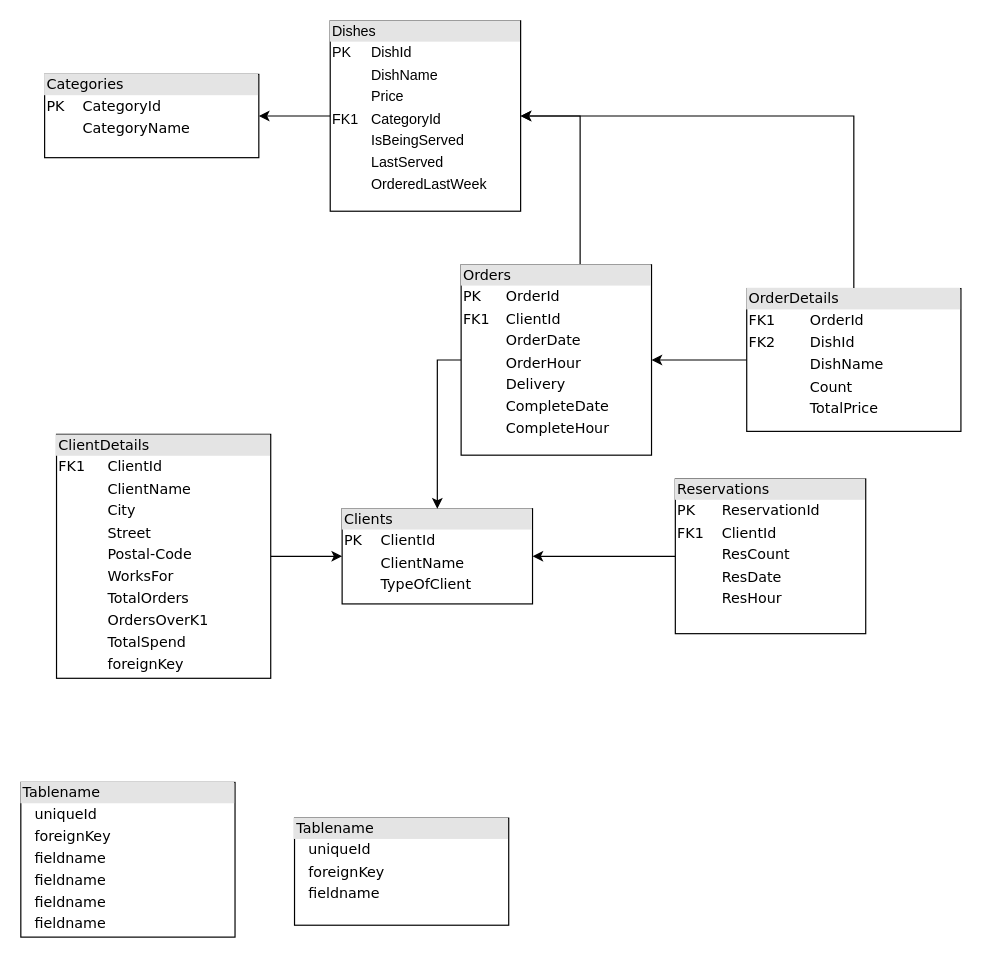
Earlier version of the draw.io diagram DataBaseSchema.drawio (mczajor/DataBases). Source tidied: cells renumbered, new cells numbered last; positions are measured from the earlier drawing's top-left corner, leaving out a move shared by most shapes. Both pictures are drawn from the tidied source at 119%, with x=0, y=0 at pixel (20, 20).
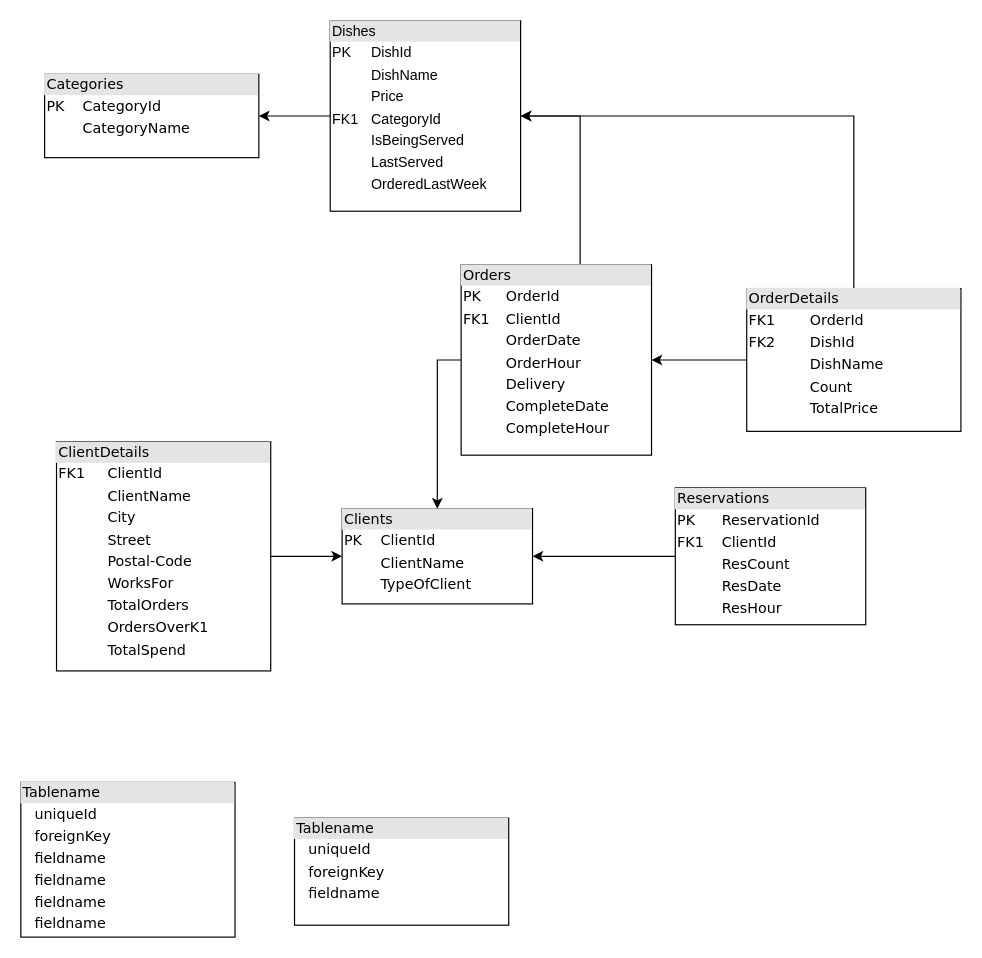
After the change.

Change to the diagram source:
```diff
@@
     <mxCell id="3" value="&lt;div style=&quot;box-sizing: border-box ; width: 100% ; background: #e4e4e4 ; padding: 2px&quot;&gt;Reservations&lt;br&gt;&lt;/div&gt;&lt;table style=&quot;width: 100% ; font-size: 1em&quot; cellspacing=&quot;0&quot; cellpadding=&quot;2&quot;&gt;&lt;tbody&gt;&lt;tr&gt;&lt;td&gt;PK&lt;br&gt;&lt;/td&gt;&lt;td&gt;ReservationId&lt;br&gt;&lt;/td&gt;&lt;/tr&gt;&lt;tr&gt;&lt;td&gt;FK1&lt;br&gt;&lt;/td&gt;&lt;td&gt;ClientId&lt;br&gt;&lt;/td&gt;&lt;/tr&gt;&lt;tr&gt;&lt;td&gt;&lt;/td&gt;&lt;td&gt;ResCount&lt;br&gt;&lt;/td&gt;&lt;/tr&gt;&lt;tr&gt;&lt;td&gt;&lt;br&gt;&lt;/td&gt;&lt;td&gt;ResDate&lt;br&gt;&lt;/td&gt;&lt;/tr&gt;&lt;tr&gt;&lt;td&gt;&lt;br&gt;&lt;/td&gt;&lt;td&gt;ResHour&lt;br&gt;&lt;/td&gt;&lt;/tr&gt;&lt;/tbody&gt;&lt;/table&gt;" style="verticalAlign=top;align=left;overflow=fill;html=1;rounded=0;shadow=0;comic=0;labelBackgroundColor=none;strokeWidth=1;fontFamily=Verdana;fontSize=12;" parent="1" vertex="1">
-      <mxGeometry x="550" y="385" width="160" height="130" as="geometry" />
+      <mxGeometry x="550" y="392.5" width="160" height="115" as="geometry" />
     </mxCell>
@@
-    <mxCell id="6" value="&lt;div style=&quot;box-sizing: border-box ; width: 100% ; background: #e4e4e4 ; padding: 2px&quot;&gt;ClientDetails&lt;/div&gt;&lt;table style=&quot;width: 100% ; font-size: 1em&quot; cellspacing=&quot;0&quot; cellpadding=&quot;2&quot;&gt;&lt;tbody&gt;&lt;tr&gt;&lt;td&gt;FK1&lt;br&gt;&lt;/td&gt;&lt;td&gt;ClientId&lt;/td&gt;&lt;/tr&gt;&lt;tr&gt;&lt;td&gt;&lt;br&gt;&lt;/td&gt;&lt;td&gt;ClientName&lt;/td&gt;&lt;/tr&gt;&lt;tr&gt;&lt;td&gt;&lt;/td&gt;&lt;td&gt;City&lt;br&gt;&lt;/td&gt;&lt;/tr&gt;&lt;tr&gt;&lt;td&gt;&lt;br&gt;&lt;/td&gt;&lt;td&gt;Street&lt;br&gt;&lt;/td&gt;&lt;/tr&gt;&lt;tr&gt;&lt;td&gt;&lt;br&gt;&lt;/td&gt;&lt;td&gt;Postal-Code&lt;br&gt;&lt;/td&gt;&lt;/tr&gt;&lt;tr&gt;&lt;td&gt;&lt;br&gt;&lt;/td&gt;&lt;td&gt;WorksFor&lt;br&gt;&lt;/td&gt;&lt;/tr&gt;&lt;tr&gt;&lt;td&gt;&lt;br&gt;&lt;/td&gt;&lt;td&gt;TotalOrders&lt;br&gt;&lt;/td&gt;&lt;/tr&gt;&lt;tr&gt;&lt;td&gt;&lt;br&gt;&lt;/td&gt;&lt;td&gt;OrdersOverK1&lt;br&gt;&lt;/td&gt;&lt;/tr&gt;&lt;tr&gt;&lt;td&gt;&lt;br&gt;&lt;/td&gt;&lt;td&gt;TotalSpend&lt;br&gt;&lt;/td&gt;&lt;/tr&gt;&lt;tr&gt;&lt;td&gt;&lt;br&gt;&lt;/td&gt;&lt;td&gt;foreignKey&lt;br&gt;&lt;/td&gt;&lt;/tr&gt;&lt;/tbody&gt;&lt;/table&gt;" style="verticalAlign=top;align=left;overflow=fill;html=1;rounded=0;shadow=0;comic=0;labelBackgroundColor=none;strokeWidth=1;fontFamily=Verdana;fontSize=12;" parent="1" vertex="1">
-      <mxGeometry x="30" y="347.5" width="180" height="205" as="geometry" />
+    <mxCell id="6" value="&lt;div style=&quot;box-sizing: border-box ; width: 100% ; background: #e4e4e4 ; padding: 2px&quot;&gt;ClientDetails&lt;/div&gt;&lt;table style=&quot;width: 100% ; font-size: 1em&quot; cellspacing=&quot;0&quot; cellpadding=&quot;2&quot;&gt;&lt;tbody&gt;&lt;tr&gt;&lt;td&gt;FK1&lt;br&gt;&lt;/td&gt;&lt;td&gt;ClientId&lt;/td&gt;&lt;/tr&gt;&lt;tr&gt;&lt;td&gt;&lt;br&gt;&lt;/td&gt;&lt;td&gt;ClientName&lt;/td&gt;&lt;/tr&gt;&lt;tr&gt;&lt;td&gt;&lt;/td&gt;&lt;td&gt;City&lt;br&gt;&lt;/td&gt;&lt;/tr&gt;&lt;tr&gt;&lt;td&gt;&lt;br&gt;&lt;/td&gt;&lt;td&gt;Street&lt;br&gt;&lt;/td&gt;&lt;/tr&gt;&lt;tr&gt;&lt;td&gt;&lt;br&gt;&lt;/td&gt;&lt;td&gt;Postal-Code&lt;br&gt;&lt;/td&gt;&lt;/tr&gt;&lt;tr&gt;&lt;td&gt;&lt;br&gt;&lt;/td&gt;&lt;td&gt;WorksFor&lt;br&gt;&lt;/td&gt;&lt;/tr&gt;&lt;tr&gt;&lt;td&gt;&lt;br&gt;&lt;/td&gt;&lt;td&gt;TotalOrders&lt;br&gt;&lt;/td&gt;&lt;/tr&gt;&lt;tr&gt;&lt;td&gt;&lt;br&gt;&lt;/td&gt;&lt;td&gt;OrdersOverK1&lt;br&gt;&lt;/td&gt;&lt;/tr&gt;&lt;tr&gt;&lt;td&gt;&lt;br&gt;&lt;/td&gt;&lt;td&gt;TotalSpend&lt;br&gt;&lt;/td&gt;&lt;/tr&gt;&lt;/tbody&gt;&lt;/table&gt;" style="verticalAlign=top;align=left;overflow=fill;html=1;rounded=0;shadow=0;comic=0;labelBackgroundColor=none;strokeWidth=1;fontFamily=Verdana;fontSize=12;" parent="1" vertex="1">
+      <mxGeometry x="30" y="353.8" width="180" height="192.5" as="geometry" />
     </mxCell>
```
